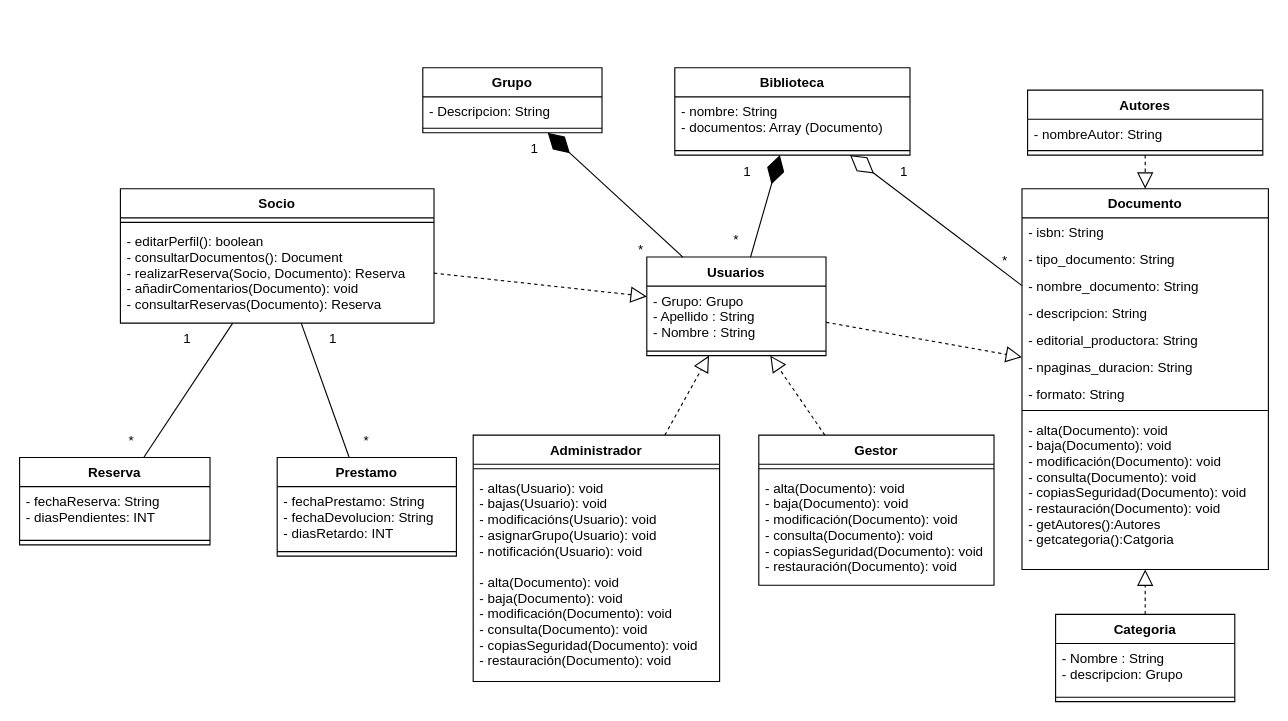
ByTroxDy/AppBiblio keeps this draw.io diagram as UML-BIBLIOTECA(1).drawio. Above is the earlier version. Source tidied: cells renumbered, new cells numbered last; positions are measured from the earlier drawing's top-left corner, leaving out a move shared by most shapes. Both pictures are drawn from the tidied source at 112%, with x=0, y=0 at pixel (19, 67).
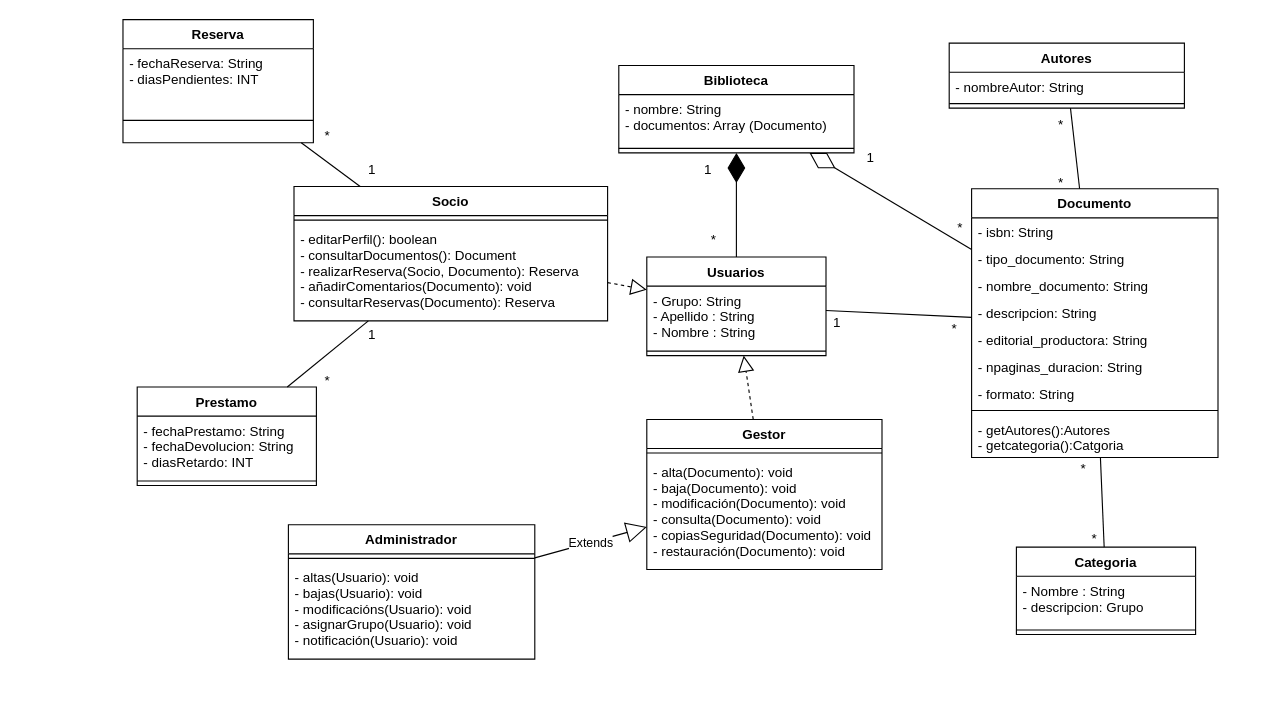
After the change.

The change refers to these unchanged cells:
```xml
<mxCell id="2" value="Usuarios" style="swimlane;fontStyle=1;align=center;verticalAlign=top;horizontal=1;startSize=26;" parent="1" vertex="1">
  <mxGeometry x="560" y="169" width="160" height="88" as="geometry" />
</mxCell>
```

Diff of the diagram source:
```diff
@@
-    <mxCell id="3" value="- Grupo: Grupo&#10;- Apellido : String&#10;- Nombre : String&#10;" style="text;strokeColor=none;fillColor=none;align=left;verticalAlign=top;spacingLeft=4;spacingRight=4;overflow=hidden;" parent="2" vertex="1">
+    <mxCell id="3" value="- Grupo: String&#10;- Apellido : String&#10;- Nombre : String&#10;" style="text;strokeColor=none;fillColor=none;align=left;verticalAlign=top;spacingLeft=4;spacingRight=4;overflow=hidden;" parent="2" vertex="1">
       <mxGeometry y="26" width="160" height="54" as="geometry" />
     </mxCell>
@@
     <mxCell id="5" value="Administrador" style="swimlane;fontStyle=1;align=center;verticalAlign=top;horizontal=1;startSize=26;" parent="1" vertex="1">
-      <mxGeometry x="405" y="328" width="220" height="220" as="geometry" />
+      <mxGeometry x="240" y="408" width="220" height="120" as="geometry" />
     </mxCell>
@@
-    <mxCell id="7" value="- altas(Usuario): void&#10;- bajas(Usuario): void&#10;- modificacións(Usuario): void&#10;- asignarGrupo(Usuario): void&#10;- notificación(Usuario): void&#10;&#10;- alta(Documento): void&#10;- baja(Documento): void&#10;- modificación(Documento): void&#10;- consulta(Documento): void&#10;- copiasSeguridad(Documento): void&#10;- restauración(Documento): void" style="text;strokeColor=none;fillColor=none;align=left;verticalAlign=top;spacingLeft=4;spacingRight=4;overflow=hidden;" parent="5" vertex="1">
-      <mxGeometry y="34" width="220" height="186" as="geometry" />
+    <mxCell id="7" value="- altas(Usuario): void&#10;- bajas(Usuario): void&#10;- modificacións(Usuario): void&#10;- asignarGrupo(Usuario): void&#10;- notificación(Usuario): void&#10;" style="text;strokeColor=none;fillColor=none;align=left;verticalAlign=top;spacingLeft=4;spacingRight=4;overflow=hidden;" parent="5" vertex="1">
+      <mxGeometry y="34" width="220" height="86" as="geometry" />
     </mxCell>
     <mxCell id="8" value="Gestor" style="swimlane;fontStyle=1;align=center;verticalAlign=top;horizontal=1;startSize=26;" parent="1" vertex="1">
-      <mxGeometry x="660" y="328" width="210" height="134" as="geometry" />
+      <mxGeometry x="560" y="314" width="210" height="134" as="geometry" />
     </mxCell>
@@
     <mxCell id="11" value="Socio" style="swimlane;fontStyle=1;align=center;verticalAlign=top;horizontal=1;startSize=26;" parent="1" vertex="1">
-      <mxGeometry x="90" y="108" width="280" height="120" as="geometry" />
+      <mxGeometry x="245" y="106" width="280" height="120" as="geometry" />
     </mxCell>
@@
     <mxCell id="14" value="Documento" style="swimlane;fontStyle=1;align=center;verticalAlign=top;horizontal=1;startSize=26;" parent="1" vertex="1">
-      <mxGeometry x="895" y="108" width="220" height="340" as="geometry" />
+      <mxGeometry x="850" y="108" width="220" height="240" as="geometry" />
     </mxCell>
@@
-    <mxCell id="23" value="- alta(Documento): void&#10;- baja(Documento): void&#10;- modificación(Documento): void&#10;- consulta(Documento): void&#10;- copiasSeguridad(Documento): void&#10;- restauración(Documento): void&#10;- getAutores():Autores&#10;- getcategoria():Catgoria&#10;" style="text;strokeColor=none;fillColor=none;align=left;verticalAlign=top;spacingLeft=4;spacingRight=4;overflow=hidden;" parent="14" vertex="1">
-      <mxGeometry y="202" width="220" height="138" as="geometry" />
+    <mxCell id="23" value="- getAutores():Autores&#10;- getcategoria():Catgoria&#10;" style="text;strokeColor=none;fillColor=none;align=left;verticalAlign=top;spacingLeft=4;spacingRight=4;overflow=hidden;" parent="14" vertex="1">
+      <mxGeometry y="202" width="220" height="38" as="geometry" />
     </mxCell>
     <mxCell id="24" value="Biblioteca" style="swimlane;fontStyle=1;align=center;verticalAlign=top;horizontal=1;startSize=26;" parent="1" vertex="1">
-      <mxGeometry x="585" width="210" height="78" as="geometry" />
+      <mxGeometry x="535" y="-2" width="210" height="78" as="geometry" />
     </mxCell>
@@
     <mxCell id="27" value="Reserva" style="swimlane;fontStyle=1;align=center;verticalAlign=top;horizontal=1;startSize=26;" parent="1" vertex="1">
-      <mxGeometry y="348" width="170" height="78" as="geometry" />
+      <mxGeometry x="92.3" y="-43" width="170" height="110" as="geometry" />
     </mxCell>
@@
     <mxCell id="29" style="line;strokeWidth=1;fillColor=none;align=left;verticalAlign=middle;spacingTop=-1;spacingLeft=3;spacingRight=3;labelPosition=right;strokeColor=inherit;" parent="27" vertex="1">
-      <mxGeometry y="70" width="170" height="8" as="geometry" />
+      <mxGeometry y="70" width="170" height="40" as="geometry" />
     </mxCell>
@@
     <mxCell id="31" value="1" style="text;html=1;strokeColor=none;fillColor=none;align=center;verticalAlign=middle;whiteSpace=wrap;rounded=0;" parent="1" vertex="1">
-      <mxGeometry x="620" y="78" width="60" height="30" as="geometry" />
+      <mxGeometry x="585" y="76" width="60" height="30" as="geometry" />
     </mxCell>
     <mxCell id="32" value="*" style="text;html=1;strokeColor=none;fillColor=none;align=center;verticalAlign=middle;whiteSpace=wrap;rounded=0;" parent="1" vertex="1">
-      <mxGeometry x="610" y="139" width="60" height="30" as="geometry" />
+      <mxGeometry x="590" y="139" width="60" height="30" as="geometry" />
     </mxCell>
-    <mxCell id="33" style="endArrow=block;dashed=1;endFill=0;endSize=12;html=1;rounded=0;" parent="1" edge="1" source="5" target="2">
-      <mxGeometry relative="1" as="geometry" />
-    </mxCell>
     <mxCell id="34" value="1" style="text;html=1;strokeColor=none;fillColor=none;align=center;verticalAlign=middle;whiteSpace=wrap;rounded=0;" parent="1" vertex="1">
-      <mxGeometry x="760" y="78" width="60" height="30" as="geometry" />
+      <mxGeometry x="730" y="66" width="60" height="30" as="geometry" />
     </mxCell>
     <mxCell id="35" value="*" style="text;html=1;strokeColor=none;fillColor=none;align=center;verticalAlign=middle;whiteSpace=wrap;rounded=0;" parent="1" vertex="1">
-      <mxGeometry x="860" y="158" width="40" height="30" as="geometry" />
+      <mxGeometry x="820" y="128" width="40" height="30" as="geometry" />
     </mxCell>
@@
     <mxCell id="37" value="Autores" style="swimlane;fontStyle=1;align=center;verticalAlign=top;horizontal=1;startSize=26;" parent="1" vertex="1">
-      <mxGeometry x="900" y="20" width="210" height="58" as="geometry" />
+      <mxGeometry x="830" y="-22" width="210" height="58" as="geometry" />
     </mxCell>
@@
-    <mxCell id="40" style="endArrow=block;dashed=1;endFill=0;endSize=12;html=1;rounded=0;" parent="1" edge="1" source="37" target="14">
-      <mxGeometry relative="1" as="geometry" />
-    </mxCell>
-    <mxCell id="41" style="endArrow=block;dashed=1;endFill=0;endSize=12;html=1;rounded=0;" parent="1" edge="1" source="2" target="14">
-      <mxGeometry relative="1" as="geometry" />
-    </mxCell>
@@
     <mxCell id="44" value="Prestamo" style="swimlane;fontStyle=1;align=center;verticalAlign=top;horizontal=1;startSize=26;" parent="1" vertex="1">
-      <mxGeometry x="230" y="348" width="160" height="88" as="geometry" />
+      <mxGeometry x="105" y="285" width="160" height="88" as="geometry" />
     </mxCell>
@@
     <mxCell id="49" value="1" style="text;html=1;strokeColor=none;fillColor=none;align=center;verticalAlign=middle;whiteSpace=wrap;rounded=0;" parent="1" vertex="1">
-      <mxGeometry x="120" y="227" width="60" height="30" as="geometry" />
+      <mxGeometry x="285" y="76" width="60" height="30" as="geometry" />
     </mxCell>
     <mxCell id="50" value="*" style="text;html=1;strokeColor=none;fillColor=none;align=center;verticalAlign=middle;whiteSpace=wrap;rounded=0;" parent="1" vertex="1">
-      <mxGeometry x="70" y="318" width="60" height="30" as="geometry" />
+      <mxGeometry x="245" y="46" width="60" height="30" as="geometry" />
     </mxCell>
     <mxCell id="51" value="*" style="text;html=1;strokeColor=none;fillColor=none;align=center;verticalAlign=middle;whiteSpace=wrap;rounded=0;" parent="1" vertex="1">
-      <mxGeometry x="280" y="318" width="60" height="30" as="geometry" />
+      <mxGeometry x="245" y="265" width="60" height="30" as="geometry" />
     </mxCell>
     <mxCell id="52" value="1" style="text;html=1;strokeColor=none;fillColor=none;align=center;verticalAlign=middle;whiteSpace=wrap;rounded=0;" parent="1" vertex="1">
-      <mxGeometry x="250" y="227" width="60" height="30" as="geometry" />
+      <mxGeometry x="285" y="224" width="60" height="30" as="geometry" />
     </mxCell>
-    <mxCell id="53" value="Grupo" style="swimlane;fontStyle=1;align=center;verticalAlign=top;horizontal=1;startSize=26;" parent="1" vertex="1">
-      <mxGeometry x="360" width="160" height="58" as="geometry" />
-    </mxCell>
-    <mxCell id="54" value="- Descripcion: String" style="text;strokeColor=none;fillColor=none;align=left;verticalAlign=top;spacingLeft=4;spacingRight=4;overflow=hidden;" parent="53" vertex="1">
-      <mxGeometry y="26" width="160" height="24" as="geometry" />
-    </mxCell>
-    <mxCell id="55" style="line;strokeWidth=1;fillColor=none;align=left;verticalAlign=middle;spacingTop=-1;spacingLeft=3;spacingRight=3;labelPosition=right;strokeColor=inherit;" parent="53" vertex="1">
-      <mxGeometry y="50" width="160" height="8" as="geometry" />
-    </mxCell>
-    <mxCell id="56" style="endArrow=diamondThin;endFill=1;endSize=24;html=1;rounded=0;" parent="1" edge="1" source="2" target="53">
-      <mxGeometry relative="1" as="geometry" />
-    </mxCell>
-    <mxCell id="57" value="*" style="text;html=1;strokeColor=none;fillColor=none;align=center;verticalAlign=middle;whiteSpace=wrap;rounded=0;" parent="1" vertex="1">
-      <mxGeometry x="525" y="148" width="60" height="30" as="geometry" />
-    </mxCell>
-    <mxCell id="58" value="1" style="text;html=1;strokeColor=none;fillColor=none;align=center;verticalAlign=middle;whiteSpace=wrap;rounded=0;" parent="1" vertex="1">
-      <mxGeometry x="430" y="58" width="60" height="30" as="geometry" />
-    </mxCell>
     <mxCell id="59" value="Categoria" style="swimlane;fontStyle=1;align=center;verticalAlign=top;horizontal=1;startSize=26;" parent="1" vertex="1">
-      <mxGeometry x="925" y="488" width="160" height="78" as="geometry" />
+      <mxGeometry x="890" y="428" width="160" height="78" as="geometry" />
     </mxCell>
@@
+    <mxCell id="63" style="endArrow=none;html=1;rounded=0;" parent="1" edge="1" source="14" target="37">
+      <mxGeometry relative="1" as="geometry" />
+    </mxCell>
-    <mxCell id="62" style="endArrow=block;dashed=1;endFill=0;endSize=12;html=1;rounded=0;" parent="1" edge="1" source="59" target="14">
+    <mxCell id="62" style="endArrow=none;html=1;rounded=0;" parent="1" edge="1" source="59" target="14">
       <mxGeometry relative="1" as="geometry" />
     </mxCell>
+    <mxCell id="64" value="*" style="text;html=1;strokeColor=none;fillColor=none;align=center;verticalAlign=middle;whiteSpace=wrap;rounded=0;" parent="1" vertex="1">
+      <mxGeometry x="900" y="36" width="60" height="30" as="geometry" />
+    </mxCell>
+    <mxCell id="65" value="*" style="text;html=1;strokeColor=none;fillColor=none;align=center;verticalAlign=middle;whiteSpace=wrap;rounded=0;" parent="1" vertex="1">
+      <mxGeometry x="900" y="88" width="60" height="30" as="geometry" />
+    </mxCell>
+    <mxCell id="66" value="*" style="text;html=1;strokeColor=none;fillColor=none;align=center;verticalAlign=middle;whiteSpace=wrap;rounded=0;" parent="1" vertex="1">
+      <mxGeometry x="920" y="343" width="60" height="30" as="geometry" />
+    </mxCell>
+    <mxCell id="67" value="*" style="text;html=1;strokeColor=none;fillColor=none;align=center;verticalAlign=middle;whiteSpace=wrap;rounded=0;" parent="1" vertex="1">
+      <mxGeometry x="930" y="406" width="60" height="30" as="geometry" />
+    </mxCell>
+    <mxCell id="68" value="Extends" style="endArrow=block;endSize=16;endFill=0;html=1;rounded=0;" parent="1" edge="1" source="5" target="8">
+      <mxGeometry relative="1" as="geometry" />
+    </mxCell>
+    <mxCell id="41" style="endArrow=none;html=1;rounded=0;" parent="1" edge="1" source="2" target="14">
+      <mxGeometry relative="1" as="geometry" />
+    </mxCell>
+    <mxCell id="69" value="*" style="text;html=1;strokeColor=none;fillColor=none;align=center;verticalAlign=middle;whiteSpace=wrap;rounded=0;" parent="1" vertex="1">
+      <mxGeometry x="810" y="218" width="50" height="30" as="geometry" />
+    </mxCell>
+    <mxCell id="58" value="1" style="text;html=1;strokeColor=none;fillColor=none;align=center;verticalAlign=middle;whiteSpace=wrap;rounded=0;" parent="1" vertex="1">
+      <mxGeometry x="700" y="213" width="60" height="30" as="geometry" />
+    </mxCell>
```
